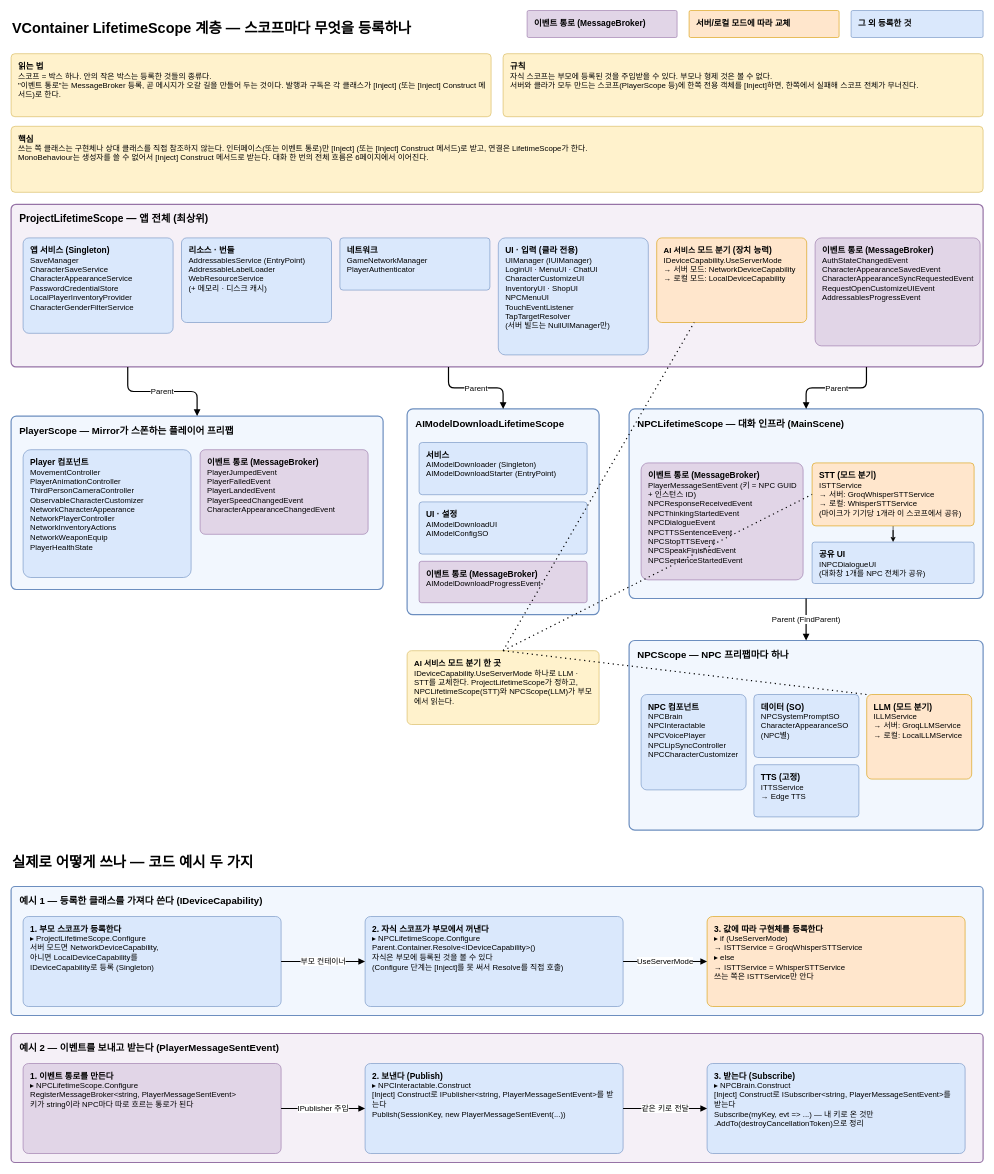
This is page "2. DI 스코프 계층" (2 of 13) of architecture.drawio from BAESOOHYUN/MySecondWorld-Architecture, a draw.io file, before an edit. Source tidied: cells renumbered, new cells numbered last; positions are measured from the earlier drawing's top-left corner, leaving out a move shared by most shapes. Both pictures are drawn from the tidied source at 60%, with x=0, y=0 at pixel (11, 10).
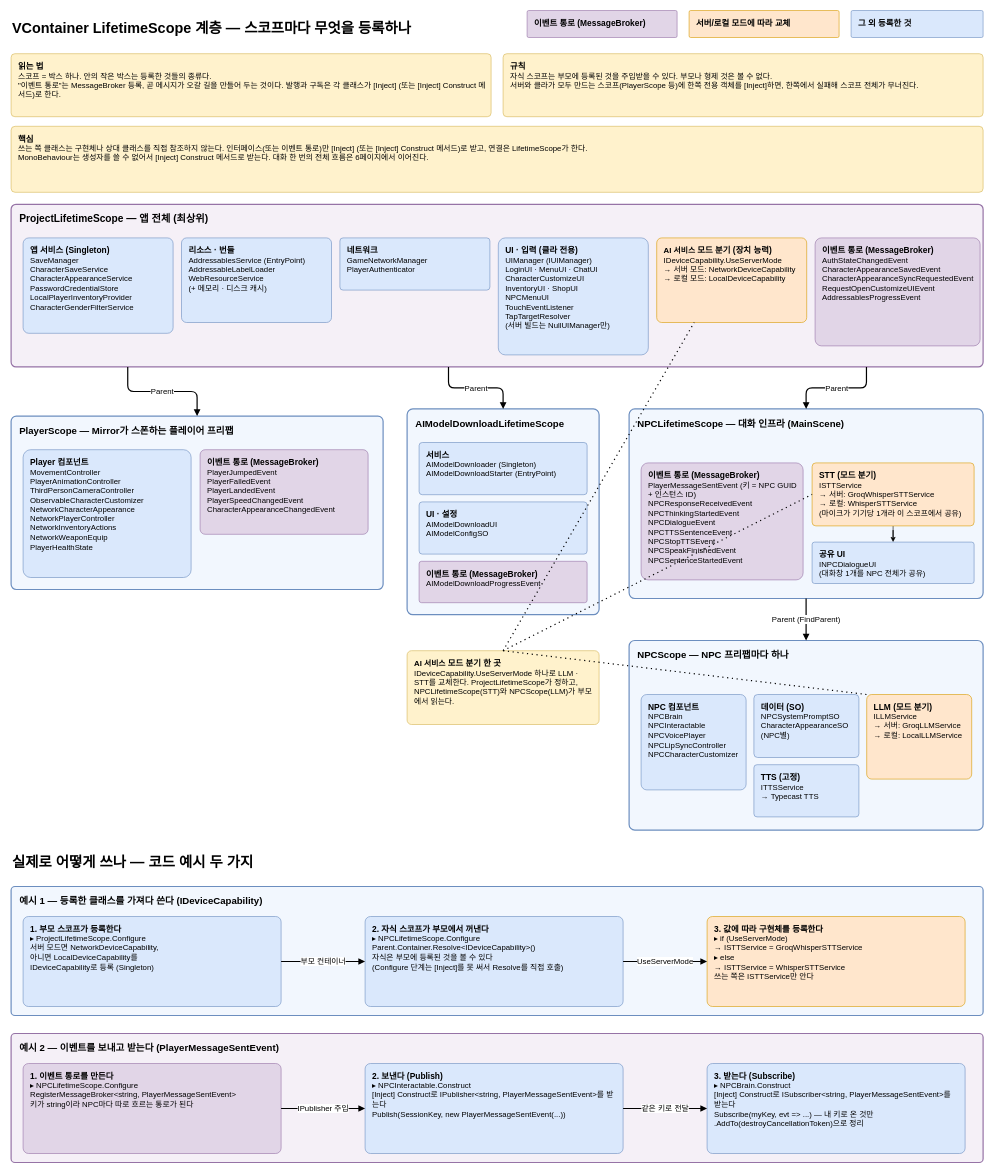
The same diagram, later.

What changed in the source:
```diff
@@
-    <mxCell id="28" value="&lt;b style=&quot;font-size:14px&quot;&gt;TTS (고정)&lt;/b&gt;&lt;br&gt;&lt;span style=&quot;font-size:13px&quot;&gt;ITTSService&lt;br&gt;→ Edge TTS&lt;/span&gt;" style="rounded=1;arcSize=6;whiteSpace=wrap;html=1;fillColor=#DAE8FC;strokeColor=#6C8EBF;align=left;verticalAlign=top;spacingLeft=10;spacingRight=8;spacingTop=6;spacingBottom=4;fontSize=13;" parent="1" vertex="1">
+    <mxCell id="28" value="&lt;b style=&quot;font-size:14px&quot;&gt;TTS (고정)&lt;/b&gt;&lt;br&gt;&lt;span style=&quot;font-size:13px&quot;&gt;ITTSService&lt;br&gt;→ Typecast TTS&lt;/span&gt;" style="rounded=1;arcSize=6;whiteSpace=wrap;html=1;fillColor=#DAE8FC;strokeColor=#6C8EBF;align=left;verticalAlign=top;spacingLeft=10;spacingRight=8;spacingTop=6;spacingBottom=4;fontSize=13;" parent="1" vertex="1">
       <mxGeometry x="1238" y="1257" width="175" height="87" as="geometry" />
     </mxCell>
```
